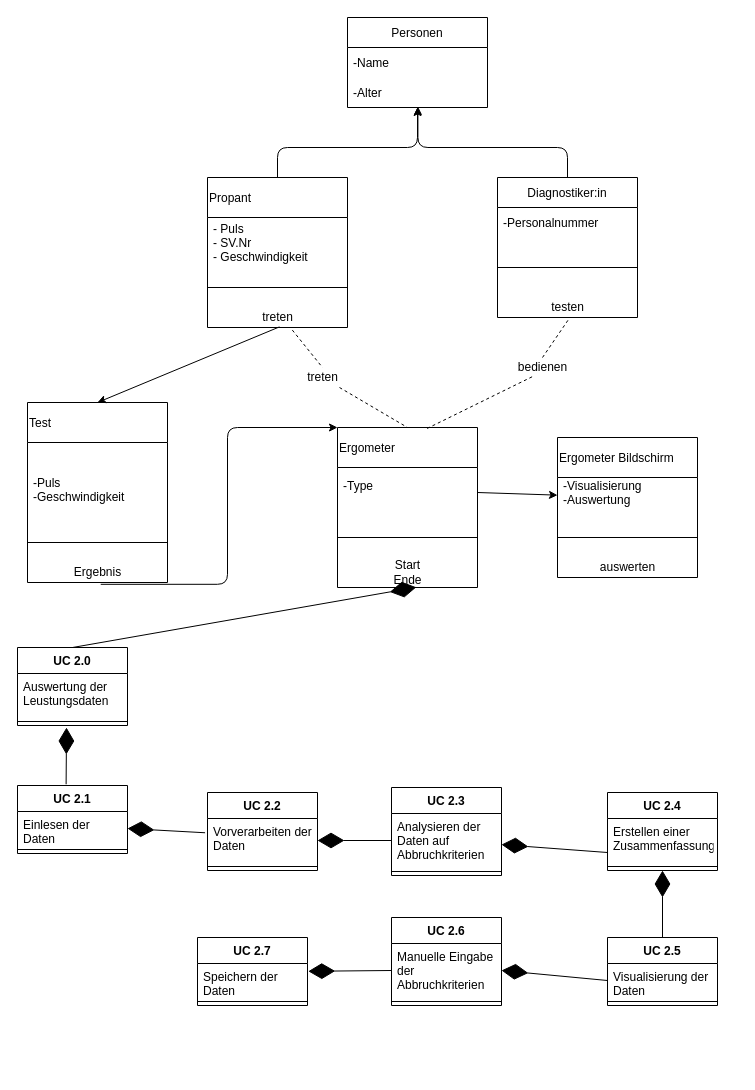
guflerrafael/MCI-MSE_Aufgaben keeps this draw.io diagram as PÜ3/UML.drawio. Above is the earlier version. Source tidied: cells renumbered, new cells numbered last; positions are measured from the earlier drawing's top-left corner, leaving out a move shared by most shapes. Both pictures are drawn from the tidied source at 100%, with x=0, y=0 at pixel (17, 17).
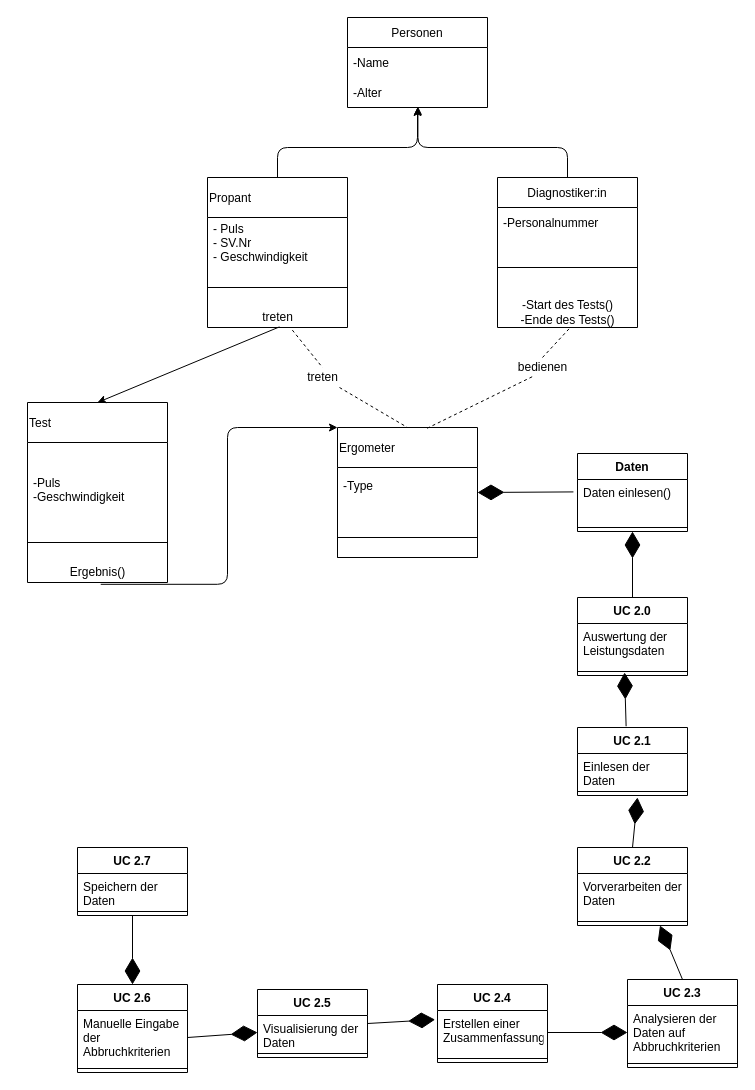
The same page after the edit.

Unchanged cells that the change refers to:
```xml
<mxCell id="19" value="Test" style="swimlane;fontStyle=0;horizontal=1;startSize=40;align=left;" parent="1" vertex="1">
  <mxGeometry x="10" y="385" width="140" height="180" as="geometry" />
</mxCell>
<mxCell id="25" value="-Type&#10;" style="text;strokeColor=none;fillColor=none;align=left;verticalAlign=middle;spacingLeft=4;spacingRight=4;overflow=hidden;points=[[0,0.5],[1,0.5]];portConstraint=eastwest;" parent="24" vertex="1">
  <mxGeometry y="40" width="140" height="50" as="geometry" />
</mxCell>
<mxCell id="36" value="Speichern der&#10;Daten" style="text;strokeColor=none;fillColor=none;align=left;verticalAlign=top;spacingLeft=4;spacingRight=4;overflow=hidden;points=[[0,0.5],[1,0.5]];portConstraint=eastwest;" parent="35" vertex="1">
  <mxGeometry y="26" width="110" height="34" as="geometry" />
</mxCell>
<mxCell id="40" style="line;strokeWidth=1;fillColor=none;align=left;verticalAlign=middle;spacingTop=-1;spacingLeft=3;spacingRight=3;labelPosition=right;points=[];portConstraint=eastwest;" parent="38" vertex="1">
  <mxGeometry y="70" width="110" height="8" as="geometry" />
</mxCell>
<mxCell id="42" value="Manuelle Eingabe &#10;der &#10;Abbruchkriterien" style="text;strokeColor=none;fillColor=none;align=left;verticalAlign=top;spacingLeft=4;spacingRight=4;overflow=hidden;points=[[0,0.5],[1,0.5]];portConstraint=eastwest;" parent="41" vertex="1">
  <mxGeometry y="26" width="110" height="54" as="geometry" />
</mxCell>
<mxCell id="45" value="Visualisierung der &#10;Daten" style="text;strokeColor=none;fillColor=none;align=left;verticalAlign=top;spacingLeft=4;spacingRight=4;overflow=hidden;points=[[0,0.5],[1,0.5]];portConstraint=eastwest;" parent="44" vertex="1">
  <mxGeometry y="26" width="110" height="34" as="geometry" />
</mxCell>
<mxCell id="48" value="Erstellen einer&#10;Zusammenfassung" style="text;strokeColor=none;fillColor=none;align=left;verticalAlign=top;spacingLeft=4;spacingRight=4;overflow=hidden;points=[[0,0.5],[1,0.5]];portConstraint=eastwest;" parent="47" vertex="1">
  <mxGeometry y="26" width="110" height="44" as="geometry" />
</mxCell>
<mxCell id="51" value="Analysieren der&#10;Daten auf&#10;Abbruchkriterien" style="text;strokeColor=none;fillColor=none;align=left;verticalAlign=top;spacingLeft=4;spacingRight=4;overflow=hidden;points=[[0,0.5],[1,0.5]];portConstraint=eastwest;" parent="50" vertex="1">
  <mxGeometry y="26" width="110" height="54" as="geometry" />
</mxCell>
<mxCell id="54" value="Vorverarbeiten der&#10;Daten&#10;" style="text;strokeColor=none;fillColor=none;align=left;verticalAlign=top;spacingLeft=4;spacingRight=4;overflow=hidden;points=[[0,0.5],[1,0.5]];portConstraint=eastwest;" parent="53" vertex="1">
  <mxGeometry y="26" width="110" height="44" as="geometry" />
</mxCell>
<mxCell id="57" value="Einlesen der &#10;Daten" style="text;strokeColor=none;fillColor=none;align=left;verticalAlign=top;spacingLeft=4;spacingRight=4;overflow=hidden;points=[[0,0.5],[1,0.5]];portConstraint=eastwest;" parent="56" vertex="1">
  <mxGeometry y="26" width="110" height="34" as="geometry" />
</mxCell>
<mxCell id="58" style="line;strokeWidth=1;fillColor=none;align=left;verticalAlign=middle;spacingTop=-1;spacingLeft=3;spacingRight=3;labelPosition=right;points=[];portConstraint=eastwest;" parent="56" vertex="1">
  <mxGeometry y="60" width="110" height="8" as="geometry" />
</mxCell>
```

The edit, as a diff of the source:
```diff
@@
     <mxCell id="9" value="Diagnostiker:in" style="swimlane;fontStyle=0;horizontal=1;startSize=30;" parent="1" vertex="1">
-      <mxGeometry x="480" y="160" width="140" height="140" as="geometry" />
+      <mxGeometry x="480" y="160" width="140" height="150" as="geometry" />
     </mxCell>
@@
-    <mxCell id="12" value="testen" style="text;html=1;align=center;verticalAlign=middle;points=[];strokeColor=none;fillColor=none;" parent="9" vertex="1">
-      <mxGeometry y="120" width="140" height="20" as="geometry" />
+    <mxCell id="12" value="-Start des Tests()&lt;br&gt;-Ende des Tests()" style="text;html=1;align=center;verticalAlign=middle;points=[];strokeColor=none;fillColor=none;" parent="9" vertex="1">
+      <mxGeometry y="120" width="140" height="30" as="geometry" />
     </mxCell>
@@
-    <mxCell id="22" value="Ergebnis" style="text;html=1;align=center;verticalAlign=middle;points=[];strokeColor=none;fillColor=none;" parent="19" vertex="1">
+    <mxCell id="22" value="Ergebnis()" style="text;html=1;align=center;verticalAlign=middle;points=[];strokeColor=none;fillColor=none;" parent="19" vertex="1">
       <mxGeometry y="160" width="140" height="20" as="geometry" />
     </mxCell>
@@
     <mxCell id="24" value="Ergometer" style="swimlane;fontStyle=0;horizontal=1;startSize=40;align=left;" parent="1" vertex="1">
-      <mxGeometry x="320" y="410" width="140" height="160" as="geometry" />
+      <mxGeometry x="320" y="410" width="140" height="130" as="geometry" />
     </mxCell>
@@
-    <mxCell id="27" value="Start&lt;br&gt;Ende" style="text;html=1;align=center;verticalAlign=middle;points=[];strokeColor=none;fillColor=none;" parent="24" vertex="1">
-      <mxGeometry y="130" width="140" height="30" as="geometry" />
-    </mxCell>
@@
-    <mxCell id="31" value="Ergometer Bildschirm" style="swimlane;fontStyle=0;horizontal=1;startSize=40;align=left;" parent="1" vertex="1">
-      <mxGeometry x="540" y="420" width="140" height="140" as="geometry" />
-    </mxCell>
-    <mxCell id="32" value="-Visualisierung&#10;-Auswertung&#10;" style="text;strokeColor=none;fillColor=none;align=left;verticalAlign=middle;spacingLeft=4;spacingRight=4;overflow=hidden;points=[[0,0.5],[1,0.5]];portConstraint=eastwest;" parent="31" vertex="1">
-      <mxGeometry y="40" width="140" height="40" as="geometry" />
-    </mxCell>
-    <mxCell id="33" style="shape=crossbar;whiteSpace=wrap;html=1;rounded=1;" parent="31" vertex="1">
-      <mxGeometry y="80" width="140" height="40" as="geometry" />
-    </mxCell>
-    <mxCell id="34" value="auswerten" style="text;html=1;align=center;verticalAlign=middle;strokeColor=none;fillColor=none;" parent="31" vertex="1">
-      <mxGeometry y="120" width="140" height="20" as="geometry" />
-    </mxCell>
     <mxCell id="35" value="UC 2.7" style="swimlane;fontStyle=1;align=center;verticalAlign=top;horizontal=1;startSize=26;" parent="1" vertex="1">
-      <mxGeometry x="180" y="920" width="110" height="68" as="geometry" />
+      <mxGeometry x="60" y="830" width="110" height="68" as="geometry" />
     </mxCell>
@@
     <mxCell id="38" value="UC 2.0" style="swimlane;fontStyle=1;align=center;verticalAlign=top;horizontal=1;startSize=26;" parent="1" vertex="1">
-      <mxGeometry y="630" width="110" height="78" as="geometry" />
+      <mxGeometry x="560" y="580" width="110" height="78" as="geometry" />
     </mxCell>
-    <mxCell id="39" value="Auswertung der &#10;Leustungsdaten" style="text;strokeColor=none;fillColor=none;align=left;verticalAlign=top;spacingLeft=4;spacingRight=4;overflow=hidden;" parent="38" vertex="1">
+    <mxCell id="39" value="Auswertung der &#10;Leistungsdaten" style="text;strokeColor=none;fillColor=none;align=left;verticalAlign=top;spacingLeft=4;spacingRight=4;overflow=hidden;" parent="38" vertex="1">
       <mxGeometry y="26" width="110" height="44" as="geometry" />
     </mxCell>
@@
     <mxCell id="41" value="UC 2.6" style="swimlane;fontStyle=1;align=center;verticalAlign=top;horizontal=1;startSize=26;" parent="1" vertex="1">
-      <mxGeometry x="374" y="900" width="110" height="88" as="geometry" />
+      <mxGeometry x="60" y="967" width="110" height="88" as="geometry" />
     </mxCell>
@@
     <mxCell id="44" value="UC 2.5" style="swimlane;fontStyle=1;align=center;verticalAlign=top;horizontal=1;startSize=26;" parent="1" vertex="1">
-      <mxGeometry x="590" y="920" width="110" height="68" as="geometry" />
+      <mxGeometry x="240" y="972" width="110" height="68" as="geometry" />
     </mxCell>
@@
     <mxCell id="47" value="UC 2.4" style="swimlane;fontStyle=1;align=center;verticalAlign=top;horizontal=1;startSize=26;" parent="1" vertex="1">
-      <mxGeometry x="590" y="775" width="110" height="78" as="geometry" />
+      <mxGeometry x="420" y="967" width="110" height="78" as="geometry" />
     </mxCell>
@@
     <mxCell id="50" value="UC 2.3" style="swimlane;fontStyle=1;align=center;verticalAlign=top;horizontal=1;startSize=26;" parent="1" vertex="1">
-      <mxGeometry x="374" y="770" width="110" height="88" as="geometry" />
+      <mxGeometry x="610" y="962" width="110" height="88" as="geometry" />
     </mxCell>
@@
     <mxCell id="53" value="UC 2.2" style="swimlane;fontStyle=1;align=center;verticalAlign=top;horizontal=1;startSize=26;" parent="1" vertex="1">
-      <mxGeometry x="190" y="775" width="110" height="78" as="geometry" />
+      <mxGeometry x="560" y="830" width="110" height="78" as="geometry" />
     </mxCell>
@@
     <mxCell id="56" value="UC 2.1" style="swimlane;fontStyle=1;align=center;verticalAlign=top;horizontal=1;startSize=26;" parent="1" vertex="1">
-      <mxGeometry y="768" width="110" height="68" as="geometry" />
+      <mxGeometry x="560" y="710" width="110" height="68" as="geometry" />
     </mxCell>
@@
-    <mxCell id="59" style="endArrow=diamondThin;endFill=1;endSize=24;html=1;entryX=0.563;entryY=0.993;entryDx=0;entryDy=0;entryPerimeter=0;exitX=0.5;exitY=0;exitDx=0;exitDy=0;" parent="1" edge="1" source="38" target="27">
+    <mxCell id="59" style="endArrow=diamondThin;endFill=1;endSize=24;html=1;entryX=0.5;entryY=1;entryDx=0;entryDy=0;exitX=0.5;exitY=0;exitDx=0;exitDy=0;" parent="1" edge="1" source="38" target="68">
       <mxGeometry relative="1" as="geometry" />
     </mxCell>
-    <mxCell id="60" style="endArrow=diamondThin;endFill=1;endSize=24;html=1;exitX=0.442;exitY=-0.018;exitDx=0;exitDy=0;exitPerimeter=0;" parent="1" edge="1" source="56">
-      <mxGeometry relative="1" as="geometry">
-        <mxPoint x="49" y="710" as="targetPoint" />
-      </mxGeometry>
+    <mxCell id="60" style="endArrow=diamondThin;endFill=1;endSize=24;html=1;exitX=0.442;exitY=-0.018;exitDx=0;exitDy=0;exitPerimeter=0;entryX=0.428;entryY=0.625;entryDx=0;entryDy=0;entryPerimeter=0;" parent="1" edge="1" source="56" target="40">
+      <mxGeometry relative="1" as="geometry" />
     </mxCell>
-    <mxCell id="61" style="endArrow=diamondThin;endFill=1;endSize=24;html=1;exitX=-0.022;exitY=0.324;exitDx=0;exitDy=0;exitPerimeter=0;entryX=1;entryY=0.5;entryDx=0;entryDy=0;" parent="1" edge="1" source="54" target="57">
+    <mxCell id="61" style="endArrow=diamondThin;endFill=1;endSize=24;html=1;exitX=0.5;exitY=0;exitDx=0;exitDy=0;entryX=0.545;entryY=1.25;entryDx=0;entryDy=0;entryPerimeter=0;" parent="1" edge="1" source="53" target="58">
       <mxGeometry relative="1" as="geometry" />
     </mxCell>
-    <mxCell id="62" style="endArrow=diamondThin;endFill=1;endSize=24;html=1;exitX=0;exitY=0.5;exitDx=0;exitDy=0;entryX=1;entryY=0.5;entryDx=0;entryDy=0;" parent="1" edge="1" source="51" target="54">
+    <mxCell id="62" style="endArrow=diamondThin;endFill=1;endSize=24;html=1;exitX=0.5;exitY=0;exitDx=0;exitDy=0;entryX=0.75;entryY=1;entryDx=0;entryDy=0;" parent="1" edge="1" source="50" target="53">
       <mxGeometry relative="1" as="geometry" />
     </mxCell>
-    <mxCell id="63" style="endArrow=diamondThin;endFill=1;endSize=24;html=1;exitX=0;exitY=0.773;exitDx=0;exitDy=0;exitPerimeter=0;" parent="1" edge="1" source="48" target="51">
+    <mxCell id="63" style="endArrow=diamondThin;endFill=1;endSize=24;html=1;exitX=1;exitY=0.5;exitDx=0;exitDy=0;" parent="1" edge="1" source="48" target="51">
       <mxGeometry relative="1" as="geometry" />
     </mxCell>
-    <mxCell id="64" style="edgeStyle=none;html=1;exitX=1;exitY=0.5;exitDx=0;exitDy=0;" parent="1" edge="1" source="25" target="32">
-      <mxGeometry relative="1" as="geometry" />
-    </mxCell>
-    <mxCell id="65" style="endArrow=diamondThin;endFill=1;endSize=24;html=1;exitX=0.5;exitY=0;exitDx=0;exitDy=0;entryX=0.5;entryY=1;entryDx=0;entryDy=0;" parent="1" edge="1" source="44" target="47">
+    <mxCell id="65" style="endArrow=diamondThin;endFill=1;endSize=24;html=1;exitX=1;exitY=0.5;exitDx=0;exitDy=0;entryX=-0.022;entryY=0.207;entryDx=0;entryDy=0;entryPerimeter=0;" parent="1" edge="1" source="44" target="48">
       <mxGeometry relative="1" as="geometry" />
     </mxCell>
-    <mxCell id="66" style="endArrow=diamondThin;endFill=1;endSize=24;html=1;exitX=0;exitY=0.5;exitDx=0;exitDy=0;entryX=1;entryY=0.5;entryDx=0;entryDy=0;" parent="1" edge="1" source="45" target="42">
-      <mxGeometry relative="1" as="geometry" />
-    </mxCell>
-    <mxCell id="67" style="endArrow=diamondThin;endFill=1;endSize=24;html=1;exitX=0;exitY=0.5;exitDx=0;exitDy=0;entryX=1.007;entryY=0.229;entryDx=0;entryDy=0;entryPerimeter=0;" parent="1" edge="1" source="42" target="36">
-      <mxGeometry relative="1" as="geometry" />
-    </mxCell>
+    <mxCell id="68" value="Daten" style="swimlane;fontStyle=1;align=center;verticalAlign=top;horizontal=1;startSize=26;" parent="1" vertex="1">
+      <mxGeometry x="560" y="436" width="110" height="78" as="geometry" />
+    </mxCell>
+    <mxCell id="69" value="Daten einlesen()" style="text;strokeColor=none;fillColor=none;align=left;verticalAlign=top;spacingLeft=4;spacingRight=4;overflow=hidden;points=[[0,0.5],[1,0.5]];portConstraint=eastwest;" parent="68" vertex="1">
+      <mxGeometry y="26" width="110" height="44" as="geometry" />
+    </mxCell>
+    <mxCell id="70" style="line;strokeWidth=1;fillColor=none;align=left;verticalAlign=middle;spacingTop=-1;spacingLeft=3;spacingRight=3;labelPosition=right;" parent="68" vertex="1">
+      <mxGeometry y="70" width="110" height="8" as="geometry" />
+    </mxCell>
+    <mxCell id="71" style="endArrow=diamondThin;endFill=1;endSize=24;html=1;exitX=-0.037;exitY=0.282;exitDx=0;exitDy=0;exitPerimeter=0;entryX=1;entryY=0.5;entryDx=0;entryDy=0;" parent="1" edge="1" source="69" target="25">
+      <mxGeometry relative="1" as="geometry" />
+    </mxCell>
+    <mxCell id="72" style="endArrow=diamondThin;endFill=1;endSize=24;html=1;exitX=1;exitY=0.5;exitDx=0;exitDy=0;entryX=0;entryY=0.5;entryDx=0;entryDy=0;" parent="1" edge="1" source="42" target="45">
+      <mxGeometry relative="1" as="geometry" />
+    </mxCell>
+    <mxCell id="73" style="endArrow=diamondThin;endFill=1;endSize=24;html=1;exitX=0.5;exitY=1;exitDx=0;exitDy=0;entryX=0.5;entryY=0;entryDx=0;entryDy=0;" parent="1" edge="1" source="35" target="41">
+      <mxGeometry relative="1" as="geometry" />
+    </mxCell>
```
